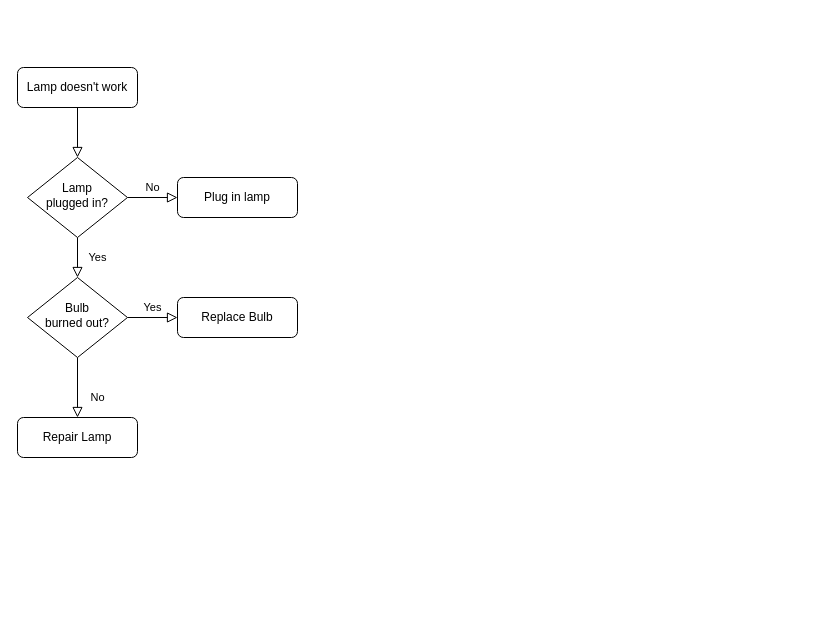
Earlier version of the draw.io diagram command/pool__create__lock.drawio (baidazhang/draw). Source tidied: cells renumbered, new cells numbered last; positions are measured from the earlier drawing's top-left corner, leaving out a move shared by most shapes. Both pictures are drawn from the tidied source at 100%, with x=0, y=0 at pixel (17, 67).
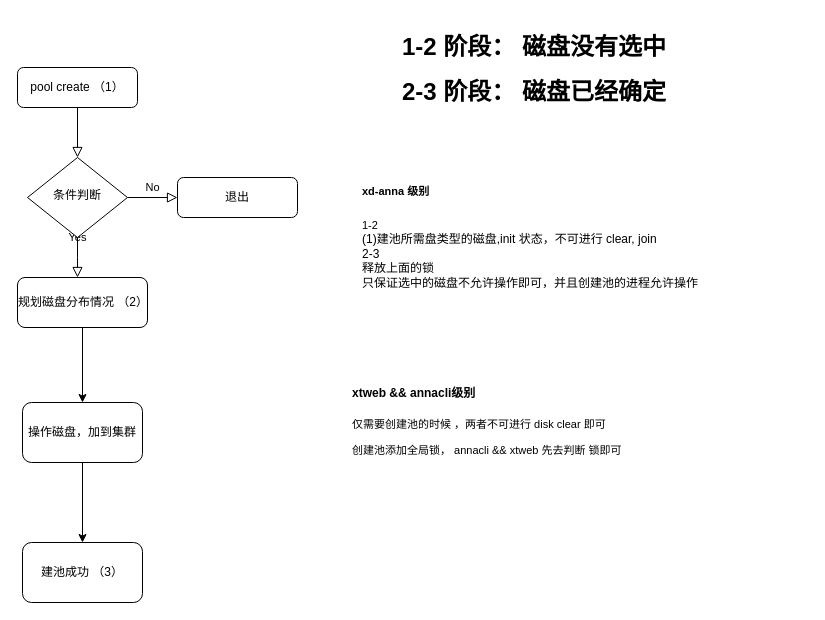
After the change.

What changed in the source:
```diff
@@
 <mxGraphModel>
   <root>
     <mxCell id="0" />
     <mxCell id="1" parent="0" />
     <mxCell id="2" style="rounded=0;html=1;jettySize=auto;fontSize=11;endArrow=block;endFill=0;endSize=8;strokeWidth=1;shadow=0;labelBackgroundColor=none;edgeStyle=orthogonalEdgeStyle;" parent="1" edge="1" source="3" target="6">
       <mxGeometry relative="1" as="geometry" />
     </mxCell>
-    <mxCell id="3" value="Lamp doesn't work" style="rounded=1;whiteSpace=wrap;html=1;fontSize=12;glass=0;strokeWidth=1;shadow=0;" parent="1" vertex="1">
+    <mxCell id="3" value="pool create （1）" style="rounded=1;whiteSpace=wrap;html=1;fontSize=12;glass=0;strokeWidth=1;shadow=0;" parent="1" vertex="1">
       <mxGeometry width="120" height="40" as="geometry" />
     </mxCell>
-    <mxCell id="4" value="Yes" style="rounded=0;html=1;jettySize=auto;fontSize=11;endArrow=block;endFill=0;endSize=8;strokeWidth=1;shadow=0;labelBackgroundColor=none;edgeStyle=orthogonalEdgeStyle;" parent="1" edge="1" source="6" target="10">
-      <mxGeometry y="20" relative="1" as="geometry" />
+    <mxCell id="4" value="Yes" style="rounded=0;html=1;jettySize=auto;fontSize=11;endArrow=block;endFill=0;endSize=8;strokeWidth=1;shadow=0;labelBackgroundColor=none;edgeStyle=orthogonalEdgeStyle;" parent="1" edge="1" source="6">
+      <mxGeometry y="20" relative="1" as="geometry">
+        <mxPoint x="60" y="210" as="targetPoint" />
+      </mxGeometry>
     </mxCell>
     <mxCell id="5" value="No" style="edgeStyle=orthogonalEdgeStyle;rounded=0;html=1;jettySize=auto;fontSize=11;endArrow=block;endFill=0;endSize=8;strokeWidth=1;shadow=0;labelBackgroundColor=none;" parent="1" edge="1" source="6" target="7">
       <mxGeometry y="10" relative="1" as="geometry" />
     </mxCell>
-    <mxCell id="6" value="Lamp&lt;br&gt;plugged in?" style="rhombus;whiteSpace=wrap;html=1;shadow=0;fontFamily=Helvetica;fontSize=12;align=center;strokeWidth=1;spacing=6;spacingTop=-4;" parent="1" vertex="1">
+    <mxCell id="6" value="条件判断" style="rhombus;whiteSpace=wrap;html=1;shadow=0;fontFamily=Helvetica;fontSize=12;align=center;strokeWidth=1;spacing=6;spacingTop=-4;" parent="1" vertex="1">
       <mxGeometry x="10" y="90" width="100" height="80" as="geometry" />
     </mxCell>
-    <mxCell id="7" value="Plug in lamp" style="rounded=1;whiteSpace=wrap;html=1;fontSize=12;glass=0;strokeWidth=1;shadow=0;" parent="1" vertex="1">
+    <mxCell id="7" value="退出" style="rounded=1;whiteSpace=wrap;html=1;fontSize=12;glass=0;strokeWidth=1;shadow=0;" parent="1" vertex="1">
       <mxGeometry x="160" y="110" width="120" height="40" as="geometry" />
     </mxCell>
-    <mxCell id="8" value="No" style="rounded=0;html=1;jettySize=auto;fontSize=11;endArrow=block;endFill=0;endSize=8;strokeWidth=1;shadow=0;labelBackgroundColor=none;edgeStyle=orthogonalEdgeStyle;" parent="1" edge="1" source="10" target="11">
-      <mxGeometry x="0.33" y="20" relative="1" as="geometry" />
-    </mxCell>
-    <mxCell id="9" value="Yes" style="edgeStyle=orthogonalEdgeStyle;rounded=0;html=1;jettySize=auto;fontSize=11;endArrow=block;endFill=0;endSize=8;strokeWidth=1;shadow=0;labelBackgroundColor=none;" parent="1" edge="1" source="10" target="12">
-      <mxGeometry y="10" relative="1" as="geometry" />
-    </mxCell>
-    <mxCell id="10" value="Bulb&lt;br&gt;burned out?" style="rhombus;whiteSpace=wrap;html=1;shadow=0;fontFamily=Helvetica;fontSize=12;align=center;strokeWidth=1;spacing=6;spacingTop=-4;" parent="1" vertex="1">
-      <mxGeometry x="10" y="210" width="100" height="80" as="geometry" />
-    </mxCell>
+    <mxCell id="13" style="edgeStyle=orthogonalEdgeStyle;rounded=0;jettySize=auto;html=1;" parent="1" edge="1" source="11" target="15">
+      <mxGeometry relative="1" as="geometry" />
+    </mxCell>
-    <mxCell id="11" value="Repair Lamp" style="rounded=1;whiteSpace=wrap;html=1;fontSize=12;glass=0;strokeWidth=1;shadow=0;" parent="1" vertex="1">
-      <mxGeometry y="350" width="120" height="40" as="geometry" />
+    <mxCell id="11" value="规划磁盘分布情况 （2）" style="rounded=1;whiteSpace=wrap;html=1;fontSize=12;glass=0;strokeWidth=1;shadow=0;" parent="1" vertex="1">
+      <mxGeometry y="210" width="130" height="50" as="geometry" />
     </mxCell>
-    <mxCell id="12" value="Replace Bulb" style="rounded=1;whiteSpace=wrap;html=1;fontSize=12;glass=0;strokeWidth=1;shadow=0;" parent="1" vertex="1">
-      <mxGeometry x="160" y="230" width="120" height="40" as="geometry" />
-    </mxCell>
+    <mxCell id="14" style="edgeStyle=orthogonalEdgeStyle;rounded=0;jettySize=auto;html=1;" parent="1" edge="1" source="15" target="16">
+      <mxGeometry relative="1" as="geometry" />
+    </mxCell>
+    <mxCell id="15" value="操作磁盘，加到集群" style="whiteSpace=wrap;html=1;rounded=1;glass=0;strokeWidth=1;shadow=0;" parent="1" vertex="1">
+      <mxGeometry x="5" y="335" width="120" height="60" as="geometry" />
+    </mxCell>
+    <mxCell id="16" value="建池成功 （3）" style="whiteSpace=wrap;html=1;rounded=1;glass=0;strokeWidth=1;shadow=0;" parent="1" vertex="1">
+      <mxGeometry x="5" y="475" width="120" height="60" as="geometry" />
+    </mxCell>
+    <mxCell id="17" value="&lt;h1&gt;1-2 阶段： 磁盘没有选中&lt;/h1&gt;&lt;div&gt;&lt;h1 style=&quot;border-color: var(--border-color);&quot;&gt;2-3 阶段： 磁盘已经确定&lt;/h1&gt;&lt;div style=&quot;border-color: var(--border-color);&quot;&gt;&lt;br style=&quot;border-color: var(--border-color);&quot;&gt;&lt;/div&gt;&lt;/div&gt;" style="text;html=1;strokeColor=none;fillColor=none;spacing=5;spacingTop=-20;whiteSpace=wrap;overflow=hidden;rounded=0;" parent="1" vertex="1">
+      <mxGeometry x="380" y="-40" width="320" height="120" as="geometry" />
+    </mxCell>
+    <mxCell id="18" value="&lt;h1&gt;&lt;font style=&quot;font-size: 11px;&quot;&gt;xd-anna 级别&lt;/font&gt;&lt;/h1&gt;&lt;div&gt;&lt;font style=&quot;font-size: 11px;&quot;&gt;1-2&lt;/font&gt;&lt;/div&gt;&lt;div&gt;(1)建池所需盘类型的磁盘,init 状态，不可进行 clear, join&lt;/div&gt;&lt;div&gt;2-3&amp;nbsp;&lt;/div&gt;&lt;div&gt;释放上面的锁&lt;/div&gt;&lt;div&gt;只保证选中的磁盘不允许操作即可，并且创建池的进程允许操作&lt;/div&gt;&lt;div&gt;&lt;br&gt;&lt;/div&gt;" style="text;html=1;strokeColor=none;fillColor=none;spacing=5;spacingTop=-20;whiteSpace=wrap;overflow=hidden;rounded=0;" parent="1" vertex="1">
+      <mxGeometry x="340" y="100" width="450" height="150" as="geometry" />
+    </mxCell>
+    <mxCell id="19" value="&lt;h1&gt;&lt;font style=&quot;font-size: 12px;&quot;&gt;xtweb &amp;amp;&amp;amp; annacli级别&lt;/font&gt;&lt;/h1&gt;&lt;div&gt;仅需要创建池的时候 ，两者不可进行 disk clear 即可&lt;/div&gt;&lt;div&gt;&lt;br&gt;&lt;/div&gt;&lt;div&gt;创建池添加全局锁， annacli &amp;amp;&amp;amp; xtweb 先去判断 锁即可&lt;/div&gt;" style="text;html=1;strokeColor=none;fillColor=none;spacing=5;spacingTop=-20;whiteSpace=wrap;overflow=hidden;rounded=0;fontSize=11;" parent="1" vertex="1">
+      <mxGeometry x="330" y="305" width="370" height="120" as="geometry" />
+    </mxCell>
   </root>
 </mxGraphModel>
```
